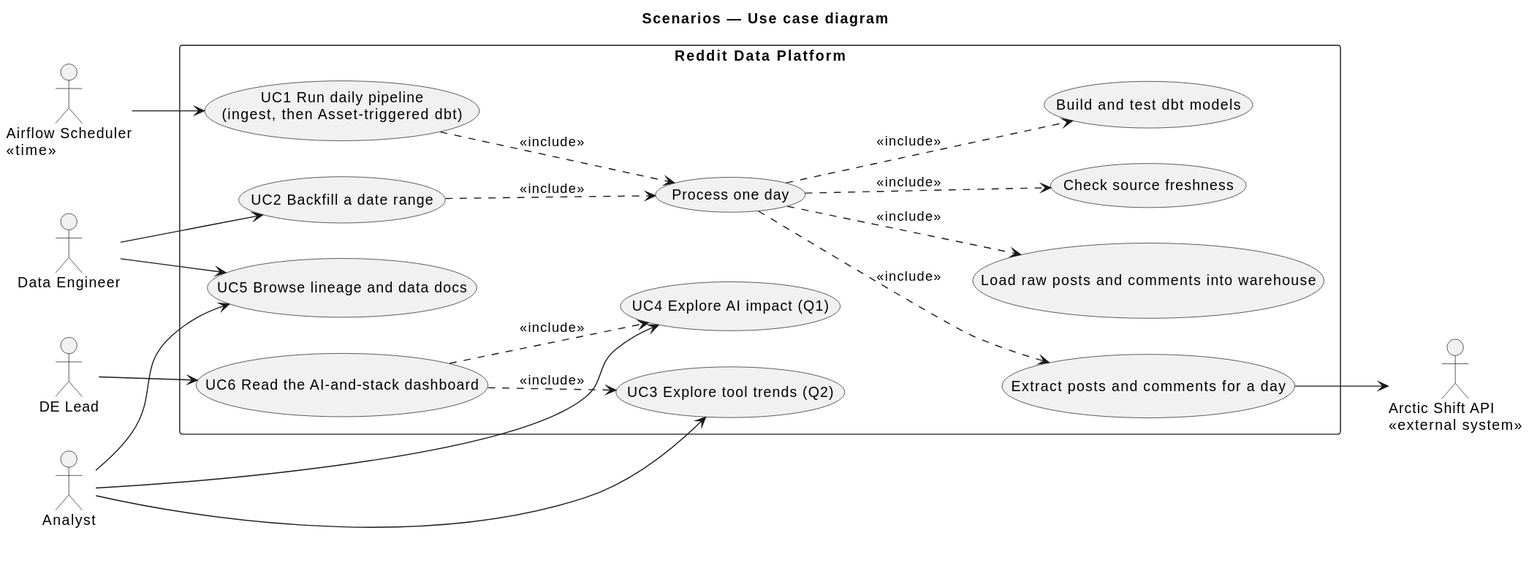
modsomjeed/reddit-dataeng keeps this PlantUML diagram as docs/architecture/diagrams/use-case.svg. Above is the earlier version.
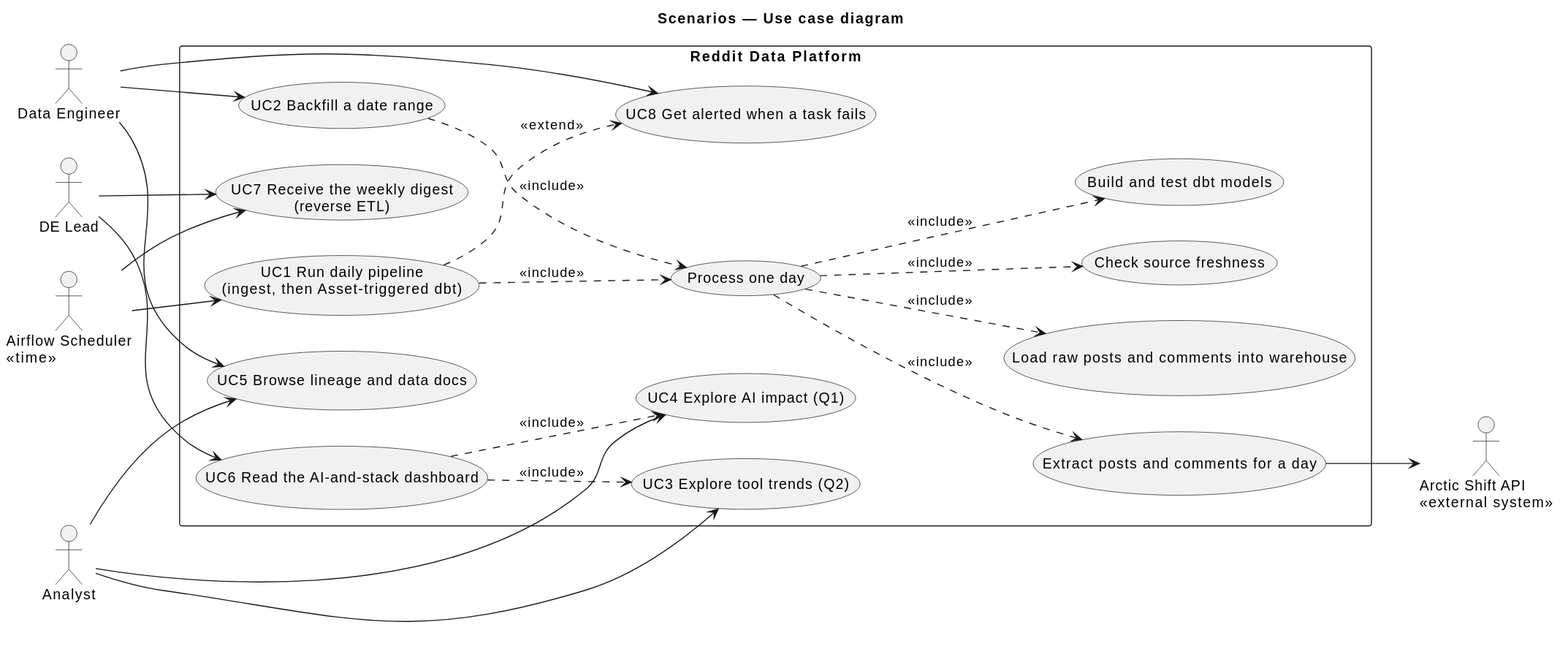
After the commit.

Commit message:
docs: document the weekly digest

What changed in the source:
```diff
@@ -22,6 +22,8 @@
   usecase "UC4 Explore AI impact (Q1)" as uc4
   usecase "UC5 Browse lineage and data docs" as uc5
   usecase "UC6 Read the AI-and-stack dashboard" as uc6
+  usecase "UC7 Receive the weekly digest\n(reverse ETL)" as uc7
+  usecase "UC8 Get alerted when a task fails" as uc8
 }
 
 scheduler --> uc1
@@ -31,6 +33,10 @@
 analyst --> uc4
 analyst --> uc5
 lead --> uc6
+scheduler --> uc7
+lead --> uc7
+de --> uc8
+uc1 ..> uc8 : <<extend>>
 
 uc1 ..> ucDay : <<include>>
 uc2 ..> ucDay : <<include>>
```
